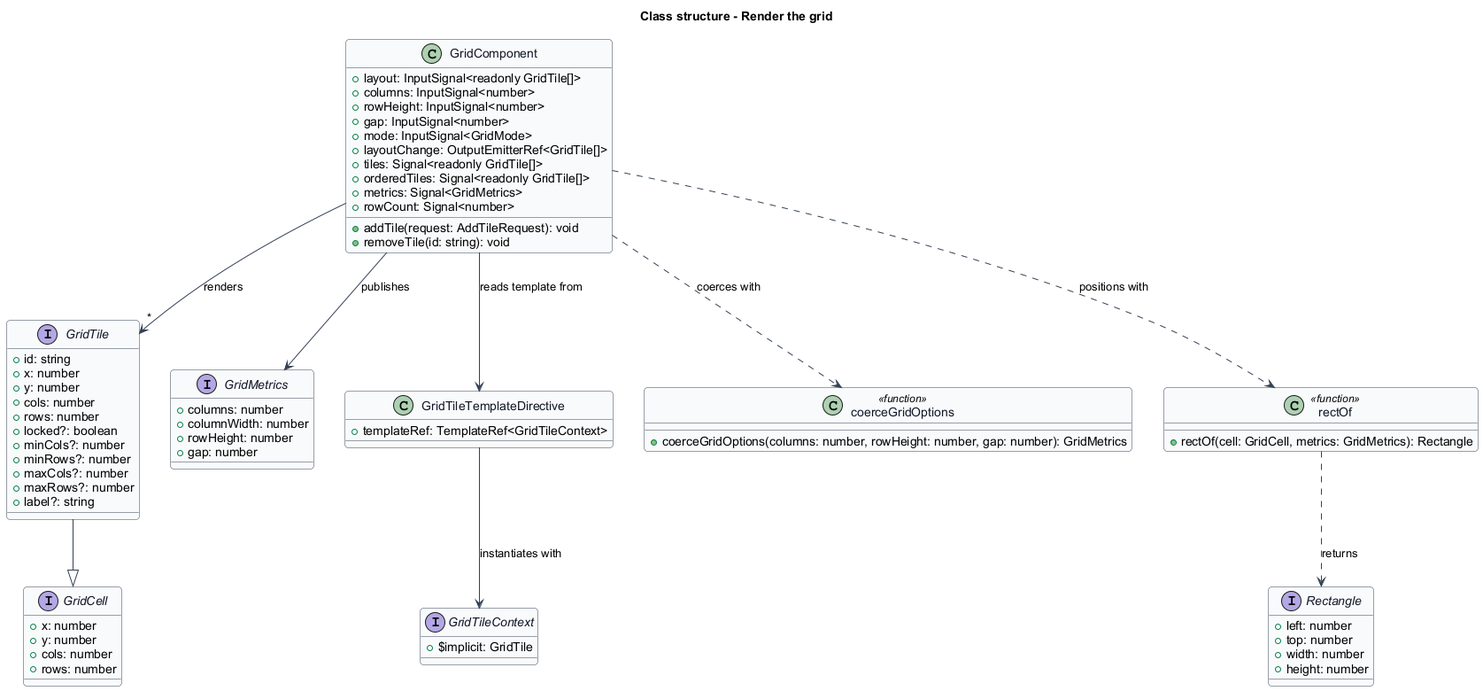
Before: docs/detailed-designs/grid-layout/render-grid/diagrams/class-structure.png, a diagram exported from PlantUML (QuinntyneBrown/qbc-grid). Source of this version:
```plantuml
@startuml
skinparam backgroundColor #FFFFFF
skinparam shadowing false
skinparam roundcorner 8
skinparam defaultFontName Arial
skinparam ArrowColor #344054
skinparam class {
  BorderColor #344054
  FontColor #101828
  BackgroundColor #F9FAFB
}
title Class structure - Render the grid

interface GridTile {
  +id: string
  +x: number
  +y: number
  +cols: number
  +rows: number
  +locked?: boolean
  +minCols?: number
  +minRows?: number
  +maxCols?: number
  +maxRows?: number
  +label?: string
}

interface GridCell {
  +x: number
  +y: number
  +cols: number
  +rows: number
}

interface GridMetrics {
  +columns: number
  +columnWidth: number
  +rowHeight: number
  +gap: number
}

interface Rectangle {
  +left: number
  +top: number
  +width: number
  +height: number
}

class GridComponent {
  +layout: InputSignal<readonly GridTile[]>
  +columns: InputSignal<number>
  +rowHeight: InputSignal<number>
  +gap: InputSignal<number>
  +mode: InputSignal<GridMode>
  +layoutChange: OutputEmitterRef<GridTile[]>
  +tiles: Signal<readonly GridTile[]>
  +orderedTiles: Signal<readonly GridTile[]>
  +metrics: Signal<GridMetrics>
  +rowCount: Signal<number>
  +addTile(request: AddTileRequest): void
  +removeTile(id: string): void
}

class GridTileTemplateDirective {
  +templateRef: TemplateRef<GridTileContext>
}

interface GridTileContext {
  +$implicit: GridTile
}

class coerceGridOptions <<function>> {
  +coerceGridOptions(columns: number, rowHeight: number, gap: number): GridMetrics
}

class rectOf <<function>> {
  +rectOf(cell: GridCell, metrics: GridMetrics): Rectangle
}

GridComponent --> "*" GridTile : renders
GridComponent --> GridMetrics : publishes
GridComponent ..> coerceGridOptions : coerces with
GridComponent ..> rectOf : positions with
GridComponent --> GridTileTemplateDirective : reads template from
GridTileTemplateDirective --> GridTileContext : instantiates with
GridTile --|> GridCell
rectOf ..> Rectangle : returns
@enduml
```
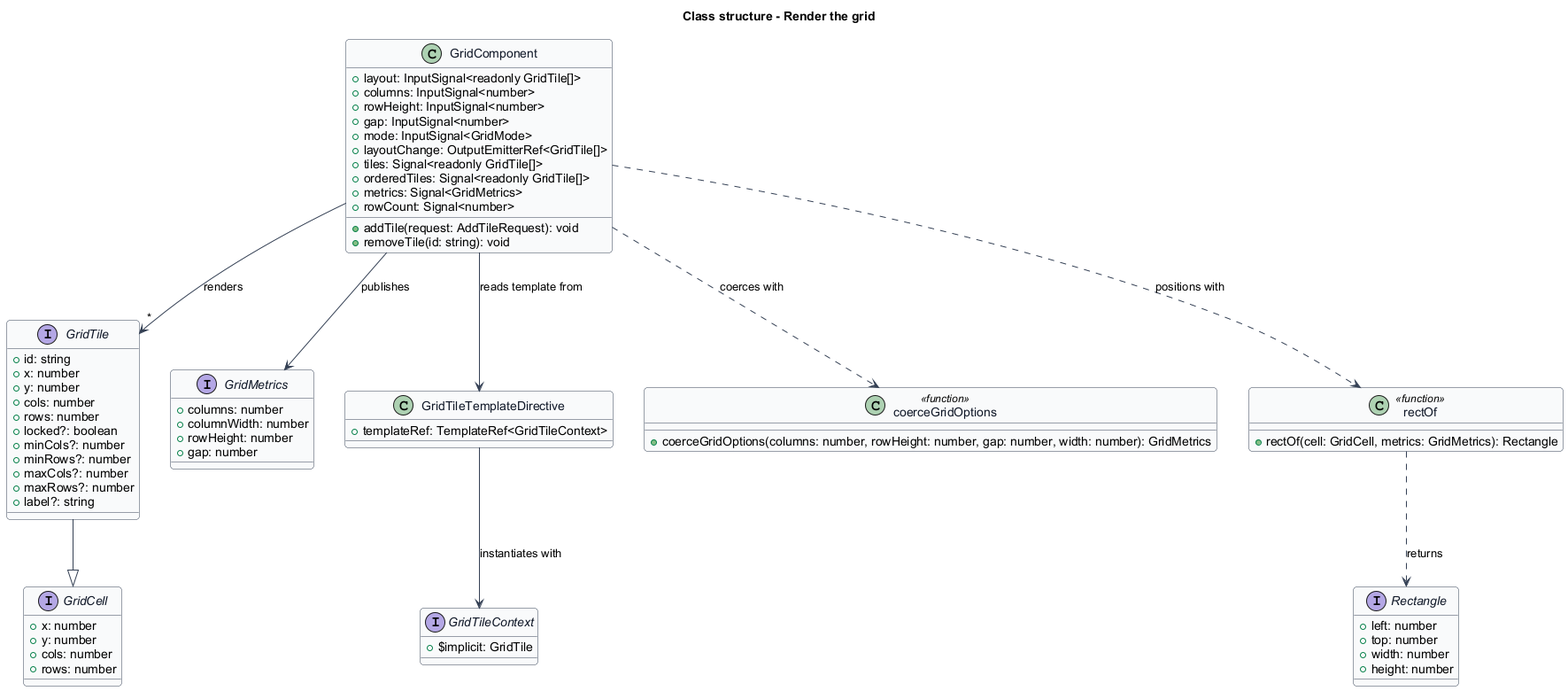
After the change.

Diff of the diagram source:
```diff
@@ -70,7 +70,7 @@
 }
 
 class coerceGridOptions <<function>> {
-  +coerceGridOptions(columns: number, rowHeight: number, gap: number): GridMetrics
+  +coerceGridOptions(columns: number, rowHeight: number, gap: number, width: number): GridMetrics
 }
 
 class rectOf <<function>> {
```
